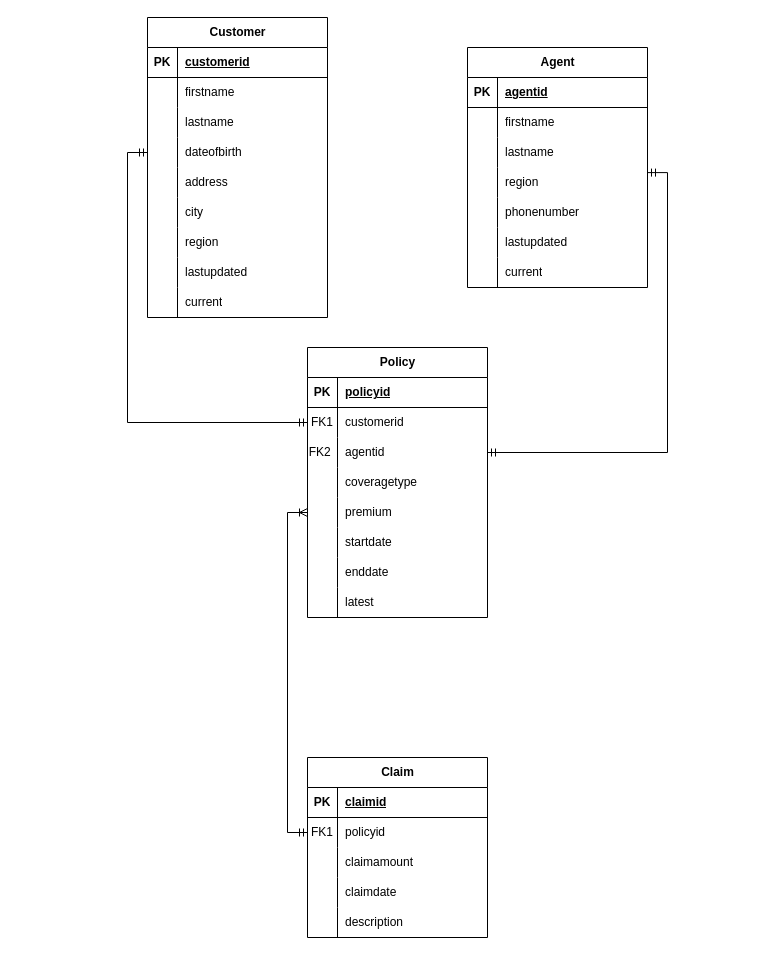
Before: Untitled Diagram.drawio in JamesWSLim/delta-medallion-project, a draw.io diagram. Source tidied: cells renumbered, new cells numbered last; positions are measured from the earlier drawing's top-left corner, leaving out a move shared by most shapes. Both pictures are drawn from the tidied source at 100%, with x=0, y=0 at pixel (147, 17).
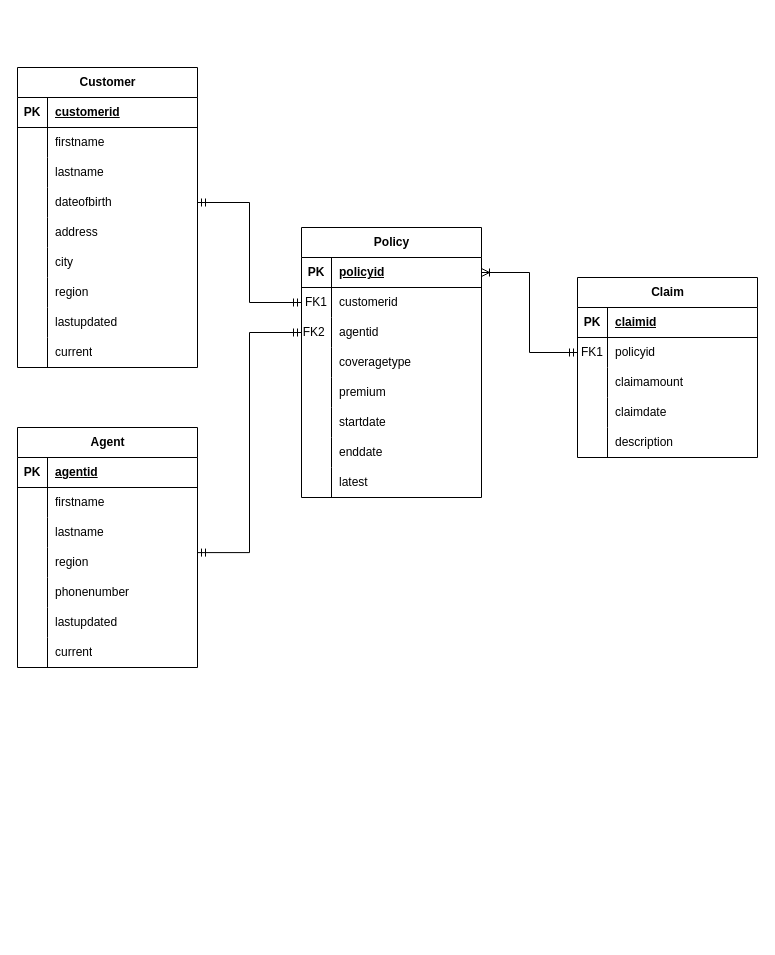
After the change.

Commit message:
Table Schema Rearranged

The change refers to these unchanged cells:
```xml
<mxCell id="12" style="shape=tableRow;horizontal=0;startSize=0;swimlaneHead=0;swimlaneBody=0;fillColor=none;points=[[0,0.5],[1,0.5]];portConstraint=eastwest;top=0;left=0;right=0;bottom=0;" parent="2" vertex="1">
  <mxGeometry y="120" width="180" height="30" as="geometry" />
</mxCell>
<mxCell id="40" style="shape=tableRow;horizontal=0;startSize=0;swimlaneHead=0;swimlaneBody=0;fillColor=none;points=[[0,0.5],[1,0.5]];portConstraint=eastwest;top=0;left=0;right=0;bottom=0;" parent="30" vertex="1">
  <mxGeometry y="120" width="180" height="30" as="geometry" />
</mxCell>
<mxCell id="53" style="shape=tableRow;horizontal=0;startSize=0;swimlaneHead=0;swimlaneBody=0;fillColor=none;points=[[0,0.5],[1,0.5]];portConstraint=eastwest;top=0;left=0;right=0;bottom=1;" parent="52" vertex="1">
  <mxGeometry y="30" width="180" height="30" as="geometry" />
</mxCell>
<mxCell id="56" style="shape=tableRow;horizontal=0;startSize=0;swimlaneHead=0;swimlaneBody=0;fillColor=none;points=[[0,0.5],[1,0.5]];portConstraint=eastwest;top=0;left=0;right=0;bottom=0;" parent="52" vertex="1">
  <mxGeometry y="60" width="180" height="30" as="geometry" />
</mxCell>
<mxCell id="59" style="shape=tableRow;horizontal=0;startSize=0;swimlaneHead=0;swimlaneBody=0;fillColor=none;points=[[0,0.5],[1,0.5]];portConstraint=eastwest;top=0;left=0;right=0;bottom=0;" parent="52" vertex="1">
  <mxGeometry y="90" width="180" height="30" as="geometry" />
</mxCell>
<mxCell id="65" style="shape=tableRow;horizontal=0;startSize=0;swimlaneHead=0;swimlaneBody=0;fillColor=none;points=[[0,0.5],[1,0.5]];portConstraint=eastwest;top=0;left=0;right=0;bottom=0;" parent="52" vertex="1">
  <mxGeometry y="150" width="180" height="30" as="geometry" />
</mxCell>
<mxCell id="81" style="shape=tableRow;horizontal=0;startSize=0;swimlaneHead=0;swimlaneBody=0;fillColor=none;points=[[0,0.5],[1,0.5]];portConstraint=eastwest;top=0;left=0;right=0;bottom=0;" parent="77" vertex="1">
  <mxGeometry y="60" width="180" height="30" as="geometry" />
</mxCell>
```

What changed in the source:
```diff
@@
     <mxCell id="2" value="Customer" style="shape=table;startSize=30;childLayout=tableLayout;rowLines=0;fontStyle=1;align=center;html=1;" parent="1" vertex="1">
-      <mxGeometry width="180" height="300" as="geometry" />
+      <mxGeometry x="-130" y="50" width="180" height="300" as="geometry" />
     </mxCell>
@@
     <mxCell id="30" value="Agent" style="shape=table;startSize=30;childLayout=tableLayout;rowLines=0;fontStyle=1;align=center;html=1;" parent="1" vertex="1">
-      <mxGeometry x="320" y="30" width="180" height="240" as="geometry" />
+      <mxGeometry x="-130" y="410" width="180" height="240" as="geometry" />
     </mxCell>
@@
     <mxCell id="52" value="Policy" style="shape=table;startSize=30;childLayout=tableLayout;rowLines=0;fontStyle=1;align=center;html=1;" parent="1" vertex="1">
-      <mxGeometry x="160" y="330" width="180" height="270" as="geometry" />
+      <mxGeometry x="154" y="210" width="180" height="270" as="geometry" />
     </mxCell>
@@
     <mxCell id="77" value="Claim" style="shape=table;startSize=30;childLayout=tableLayout;rowLines=0;fontStyle=1;align=center;html=1;" parent="1" vertex="1">
-      <mxGeometry x="160" y="740" width="180" height="180" as="geometry" />
+      <mxGeometry x="430" y="260" width="180" height="180" as="geometry" />
     </mxCell>
@@
-    <mxCell id="93" style="edgeStyle=orthogonalEdgeStyle;rounded=0;jettySize=auto;html=1;exitX=0;exitY=0.5;exitDx=0;exitDy=0;entryX=0;entryY=0.5;entryDx=0;entryDy=0;endArrow=ERmandOne;endFill=0;startArrow=ERmandOne;startFill=0;" parent="1" edge="1" source="56" target="12">
+    <mxCell id="93" style="edgeStyle=orthogonalEdgeStyle;rounded=0;jettySize=auto;html=1;exitX=0;exitY=0.5;exitDx=0;exitDy=0;entryX=1;entryY=0.5;entryDx=0;entryDy=0;endArrow=ERmandOne;endFill=0;startArrow=ERmandOne;startFill=0;" parent="1" edge="1" source="56" target="12">
       <mxGeometry relative="1" as="geometry" />
     </mxCell>
-    <mxCell id="94" style="edgeStyle=orthogonalEdgeStyle;rounded=0;jettySize=auto;html=1;exitX=1;exitY=0.5;exitDx=0;exitDy=0;entryX=1;entryY=0.17;entryDx=0;entryDy=0;entryPerimeter=0;endArrow=ERmandOne;endFill=0;startArrow=ERmandOne;startFill=0;" parent="1" edge="1" source="59" target="40">
+    <mxCell id="94" style="edgeStyle=orthogonalEdgeStyle;rounded=0;jettySize=auto;html=1;exitX=0;exitY=0.5;exitDx=0;exitDy=0;entryX=1;entryY=0.17;entryDx=0;entryDy=0;entryPerimeter=0;endArrow=ERmandOne;endFill=0;startArrow=ERmandOne;startFill=0;" parent="1" edge="1" source="59" target="40">
       <mxGeometry relative="1" as="geometry" />
     </mxCell>
-    <mxCell id="95" style="edgeStyle=orthogonalEdgeStyle;rounded=0;jettySize=auto;html=1;exitX=0;exitY=0.5;exitDx=0;exitDy=0;entryX=0;entryY=0.5;entryDx=0;entryDy=0;startArrow=ERmandOne;startFill=0;endArrow=ERoneToMany;endFill=0;" parent="1" edge="1" source="81" target="65">
+    <mxCell id="95" style="edgeStyle=orthogonalEdgeStyle;rounded=0;jettySize=auto;html=1;exitX=0;exitY=0.5;exitDx=0;exitDy=0;startArrow=ERmandOne;startFill=0;endArrow=ERoneToMany;endFill=0;entryX=1;entryY=0.5;entryDx=0;entryDy=0;" parent="1" edge="1" source="81" target="53">
       <mxGeometry relative="1" as="geometry" />
     </mxCell>
```
